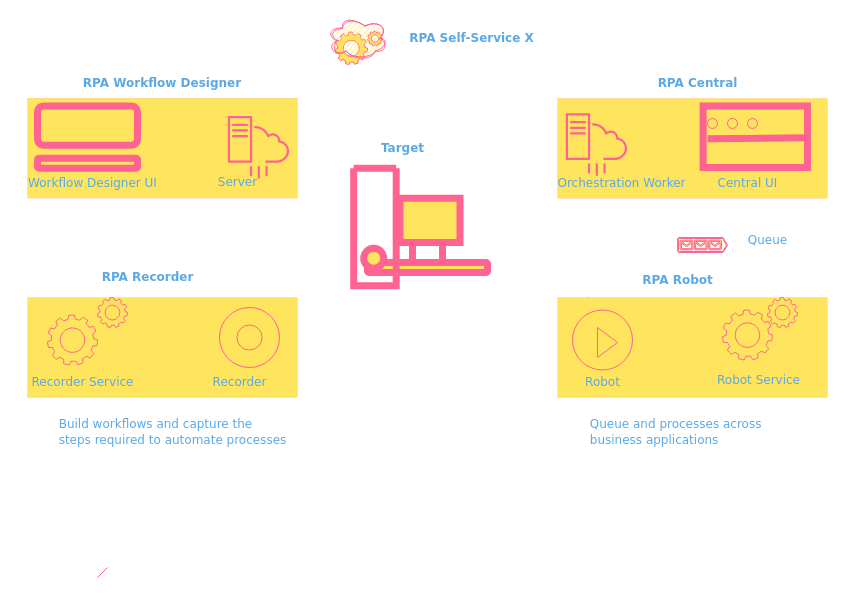
Earlier version of the draw.io diagram src/main/resources/Untitled Diagram.drawio (SwagatPanta/aadi). Source tidied: cells renumbered, new cells numbered last; positions are measured from the earlier drawing's top-left corner, leaving out a move shared by most shapes. Both pictures are drawn from the tidied source at 100%, with x=0, y=0 at pixel (17, 17).
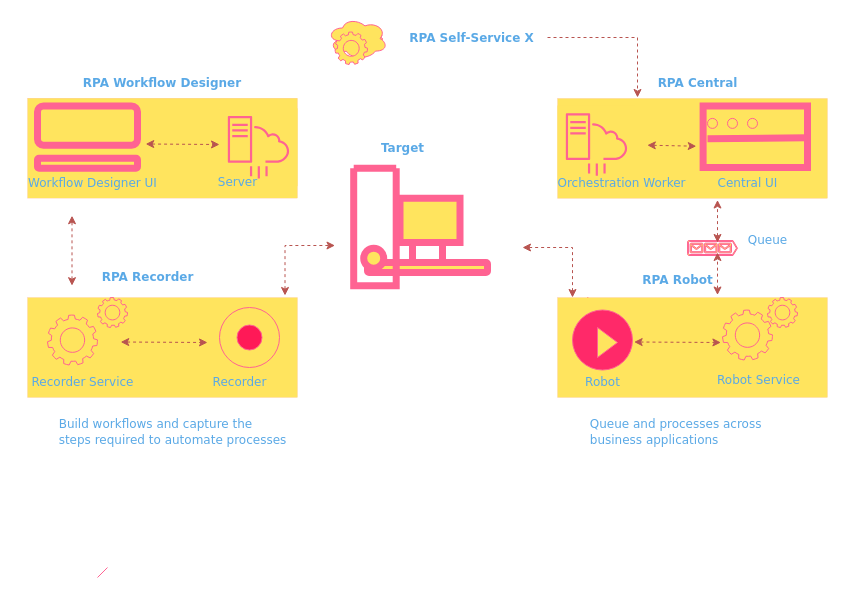
After the change.

Diff of the diagram source:
```diff
@@
-    <mxCell id="11" style="ellipse;whiteSpace=wrap;html=1;strokeColor=#FF6392;fillColor=#FFE45E;labelBackgroundColor=none;fontColor=#5AA9E6;" parent="1" vertex="1">
+    <mxCell id="11" style="ellipse;whiteSpace=wrap;html=1;strokeColor=#FF6392;fillColor=#FF1957;labelBackgroundColor=none;fontColor=#5AA9E6;" parent="1" vertex="1">
       <mxGeometry x="219.5" y="307.5" width="25" height="25" as="geometry" />
     </mxCell>
-    <mxCell id="12" style="sketch=0;html=1;strokeColor=#FF6392;shadow=0;fillColor=#FFE45E;verticalAlign=top;labelPosition=center;verticalLabelPosition=bottom;shape=mxgraph.gcp2.gear;labelBackgroundColor=none;fontColor=#5AA9E6;" parent="1" vertex="1">
+    <mxCell id="12" style="html=1;strokeColor=#FF6392;shadow=0;fillColor=#FFE45E;verticalAlign=top;labelPosition=center;verticalLabelPosition=bottom;shape=mxgraph.gcp2.gear;labelBackgroundColor=none;fontColor=#5AA9E6;" parent="1" vertex="1">
       <mxGeometry x="30" y="297.5" width="50" height="50" as="geometry" />
     </mxCell>
@@
-    <mxCell id="14" style="sketch=0;html=1;strokeColor=#FF6392;shadow=0;fillColor=#FFE45E;verticalAlign=top;labelPosition=center;verticalLabelPosition=bottom;shape=mxgraph.gcp2.gear;labelBackgroundColor=none;fontColor=#5AA9E6;" parent="1" vertex="1">
+    <mxCell id="14" style="html=1;strokeColor=#FF6392;shadow=0;fillColor=#FFE45E;verticalAlign=top;labelPosition=center;verticalLabelPosition=bottom;shape=mxgraph.gcp2.gear;labelBackgroundColor=none;fontColor=#5AA9E6;" parent="1" vertex="1">
       <mxGeometry x="705" y="292.5" width="50" height="50" as="geometry" />
     </mxCell>
-    <mxCell id="15" style="sketch=0;html=1;strokeColor=#FF6392;shadow=0;fillColor=#FFE45E;verticalAlign=top;labelPosition=center;verticalLabelPosition=bottom;shape=mxgraph.gcp2.gear;labelBackgroundColor=none;fontColor=#5AA9E6;" parent="1" vertex="1">
+    <mxCell id="15" style="html=1;strokeColor=#FF6392;shadow=0;fillColor=#FFE45E;verticalAlign=top;labelPosition=center;verticalLabelPosition=bottom;shape=mxgraph.gcp2.gear;labelBackgroundColor=none;fontColor=#5AA9E6;" parent="1" vertex="1">
       <mxGeometry x="750" y="280" width="30" height="30" as="geometry" />
     </mxCell>
-    <mxCell id="16" style="ellipse;whiteSpace=wrap;html=1;strokeColor=#FF6392;fillColor=#FFE45E;labelBackgroundColor=none;fontColor=#5AA9E6;" parent="1" vertex="1">
+    <mxCell id="16" style="ellipse;whiteSpace=wrap;html=1;strokeColor=#FF6392;fillColor=#FF2969;labelBackgroundColor=none;fontColor=#5AA9E6;" parent="1" vertex="1">
       <mxGeometry x="555" y="292.5" width="60" height="60" as="geometry" />
     </mxCell>
@@
     <mxCell id="27" style="verticalLabelPosition=bottom;html=1;verticalAlign=top;align=center;strokeColor=#FF6392;fillColor=#FFE45E;shape=mxgraph.azure.queue_generic;labelBackgroundColor=none;fontColor=#5AA9E6;" parent="1" vertex="1">
-      <mxGeometry x="660" y="220" width="50" height="15" as="geometry" />
+      <mxGeometry x="670" y="223" width="50" height="15" as="geometry" />
     </mxCell>
-    <mxCell id="28" style="sketch=0;fontColor=#5AA9E6;fillColor=#FFE45E;strokeColor=#FF6392;dashed=0;verticalLabelPosition=bottom;verticalAlign=top;align=center;html=1;fontSize=12;fontStyle=0;shape=mxgraph.aws4.resourceIcon;resIcon=mxgraph.aws4.server_migration_service;hachureGap=4;jiggle=2;curveFitting=1;fontFamily=Architects Daughter;labelBackgroundColor=none;" parent="1" vertex="1">
+    <mxCell id="28" style="fontColor=#5AA9E6;fillColor=#FFE45E;strokeColor=#FF6392;dashed=0;verticalLabelPosition=bottom;verticalAlign=top;align=center;html=1;fontSize=12;fontStyle=0;shape=mxgraph.aws4.resourceIcon;resIcon=mxgraph.aws4.server_migration_service;hachureGap=4;fontFamily=Architects Daughter;labelBackgroundColor=none;" parent="1" vertex="1">
       <mxGeometry x="202" y="90.7" width="78" height="78" as="geometry" />
     </mxCell>
-    <mxCell id="29" style="sketch=0;fontColor=#5AA9E6;fillColor=#FFE45E;strokeColor=#FF6392;dashed=0;verticalLabelPosition=bottom;verticalAlign=top;align=center;html=1;fontSize=12;fontStyle=0;shape=mxgraph.aws4.resourceIcon;resIcon=mxgraph.aws4.server_migration_service;hachureGap=4;jiggle=2;curveFitting=1;fontFamily=Architects Daughter;labelBackgroundColor=none;" parent="1" vertex="1">
+    <mxCell id="29" style="fontColor=#5AA9E6;fillColor=#FFE45E;strokeColor=#FF6392;dashed=0;verticalLabelPosition=bottom;verticalAlign=top;align=center;html=1;fontSize=12;fontStyle=0;shape=mxgraph.aws4.resourceIcon;resIcon=mxgraph.aws4.server_migration_service;hachureGap=4;fontFamily=Architects Daughter;labelBackgroundColor=none;" parent="1" vertex="1">
       <mxGeometry x="540" y="88" width="78" height="78" as="geometry" />
     </mxCell>
-    <mxCell id="30" style="sketch=0;html=1;strokeColor=#FF6392;shadow=0;fillColor=#FFE45E;verticalAlign=top;labelPosition=center;verticalLabelPosition=bottom;shape=mxgraph.gcp2.gear;labelBackgroundColor=none;fontColor=#5AA9E6;" parent="1" vertex="1">
+    <mxCell id="30" style="html=1;strokeColor=#FF6392;shadow=0;fillColor=#FFE45E;verticalAlign=top;labelPosition=center;verticalLabelPosition=bottom;shape=mxgraph.gcp2.gear;labelBackgroundColor=none;fontColor=#5AA9E6;" parent="1" vertex="1">
       <mxGeometry x="350" y="13.5" width="15" height="15" as="geometry" />
     </mxCell>
-    <mxCell id="31" style="sketch=0;html=1;strokeColor=#FF6392;shadow=0;fillColor=#FFE45E;verticalAlign=top;labelPosition=center;verticalLabelPosition=bottom;shape=mxgraph.gcp2.gear;labelBackgroundColor=none;fontColor=#5AA9E6;" parent="1" vertex="1">
-      <mxGeometry x="317.5" y="14.5" width="32.5" height="32.5" as="geometry" />
-    </mxCell>
-    <mxCell id="32" style="ellipse;shape=cloud;whiteSpace=wrap;html=1;sketch=1;hachureGap=4;jiggle=2;curveFitting=1;strokeColor=#FF6392;fontFamily=Architects Daughter;fontColor=#5AA9E6;fillColor=#FFE45E;" parent="1" vertex="1">
+    <mxCell id="32" style="ellipse;shape=cloud;whiteSpace=wrap;html=1;hachureGap=4;strokeColor=#FF6392;fontFamily=Architects Daughter;fontColor=#5AA9E6;fillColor=#FFE45E;" parent="1" vertex="1">
       <mxGeometry x="310" width="60" height="42" as="geometry" />
     </mxCell>
@@
-    <mxCell id="40" style="sketch=0;html=1;strokeColor=#FF6392;shadow=0;fillColor=#FFE45E;verticalAlign=top;labelPosition=center;verticalLabelPosition=bottom;shape=mxgraph.gcp2.gear;labelBackgroundColor=none;fontColor=#5AA9E6;" parent="1" vertex="1">
+    <mxCell id="40" style="html=1;strokeColor=#FF6392;shadow=0;fillColor=#FFE45E;verticalAlign=top;labelPosition=center;verticalLabelPosition=bottom;shape=mxgraph.gcp2.gear;labelBackgroundColor=none;fontColor=#5AA9E6;" parent="1" vertex="1">
       <mxGeometry x="80" y="280" width="30" height="30" as="geometry" />
     </mxCell>
@@
+    <mxCell id="31" style="html=1;strokeColor=#FF6392;shadow=0;fillColor=#FFE45E;verticalAlign=top;labelPosition=center;verticalLabelPosition=bottom;shape=mxgraph.gcp2.gear;labelBackgroundColor=none;fontColor=#5AA9E6;" parent="1" vertex="1">
+      <mxGeometry x="317.5" y="14.5" width="32.5" height="32.5" as="geometry" />
+    </mxCell>
+    <mxCell id="51" style="endArrow=classic;startArrow=classic;html=1;rounded=0;dashed=1;fillColor=#f8cecc;strokeColor=#b85450;" parent="1" edge="1">
+      <mxGeometry relative="1" as="geometry">
+        <mxPoint x="54.5" y="268.2" as="sourcePoint" />
+        <mxPoint x="54.5" y="198.2" as="targetPoint" />
+      </mxGeometry>
+    </mxCell>
+    <mxCell id="52" style="endArrow=classic;startArrow=classic;html=1;rounded=0;dashed=1;fillColor=#f8cecc;strokeColor=#b85450;" parent="1" edge="1">
+      <mxGeometry relative="1" as="geometry">
+        <mxPoint x="700" y="277.5" as="sourcePoint" />
+        <mxPoint x="700" y="235" as="targetPoint" />
+      </mxGeometry>
+    </mxCell>
+    <mxCell id="53" style="endArrow=classic;startArrow=classic;html=1;rounded=0;dashed=1;fillColor=#f8cecc;strokeColor=#b85450;" parent="1" edge="1">
+      <mxGeometry relative="1" as="geometry">
+        <mxPoint x="700" y="225" as="sourcePoint" />
+        <mxPoint x="700" y="182.5" as="targetPoint" />
+      </mxGeometry>
+    </mxCell>
+    <mxCell id="54" style="endArrow=classic;startArrow=classic;html=1;rounded=0;dashed=1;fillColor=#f8cecc;strokeColor=#b85450;" parent="1" edge="1">
+      <mxGeometry relative="1" as="geometry">
+        <mxPoint x="103.2" y="324.5" as="sourcePoint" />
+        <mxPoint x="190" y="325" as="targetPoint" />
+      </mxGeometry>
+    </mxCell>
+    <mxCell id="55" style="endArrow=classic;startArrow=classic;html=1;rounded=0;dashed=1;fillColor=#f8cecc;strokeColor=#b85450;" parent="1" edge="1">
+      <mxGeometry relative="1" as="geometry">
+        <mxPoint x="616.6" y="324.5" as="sourcePoint" />
+        <mxPoint x="703.4" y="325" as="targetPoint" />
+      </mxGeometry>
+    </mxCell>
+    <mxCell id="56" style="endArrow=classic;startArrow=classic;html=1;rounded=0;dashed=1;fillColor=#f8cecc;strokeColor=#b85450;" parent="1" edge="1">
+      <mxGeometry relative="1" as="geometry">
+        <mxPoint x="128.2" y="126.5" as="sourcePoint" />
+        <mxPoint x="202" y="127" as="targetPoint" />
+      </mxGeometry>
+    </mxCell>
+    <mxCell id="57" style="endArrow=classic;startArrow=classic;html=1;rounded=0;dashed=1;fillColor=#f8cecc;strokeColor=#b85450;" parent="1" edge="1">
+      <mxGeometry relative="1" as="geometry">
+        <mxPoint x="629.8" y="127.7" as="sourcePoint" />
+        <mxPoint x="678.8" y="128.7" as="targetPoint" />
+      </mxGeometry>
+    </mxCell>
+    <mxCell id="58" style="endArrow=classic;startArrow=classic;html=1;rounded=0;dashed=1;fillColor=#f8cecc;strokeColor=#b85450;" parent="1" edge="1">
+      <mxGeometry relative="1" as="geometry">
+        <mxPoint x="267.5" y="278" as="sourcePoint" />
+        <mxPoint x="317.5" y="228" as="targetPoint" />
+        <Array as="points">
+          <mxPoint x="267.5" y="228" />
+        </Array>
+      </mxGeometry>
+    </mxCell>
+    <mxCell id="59" style="endArrow=classic;startArrow=classic;html=1;rounded=0;dashed=1;fillColor=#f8cecc;strokeColor=#b85450;" parent="1" edge="1">
+      <mxGeometry relative="1" as="geometry">
+        <mxPoint x="555" y="280" as="sourcePoint" />
+        <mxPoint x="505" y="230" as="targetPoint" />
+        <Array as="points">
+          <mxPoint x="555" y="230" />
+        </Array>
+      </mxGeometry>
+    </mxCell>
+    <mxCell id="60" style="endArrow=classic;html=1;rounded=0;dashed=1;fillColor=#f8cecc;strokeColor=#b85450;" parent="1" edge="1">
+      <mxGeometry relative="1" as="geometry">
+        <mxPoint x="530" y="20" as="sourcePoint" />
+        <mxPoint x="620" y="80" as="targetPoint" />
+        <Array as="points">
+          <mxPoint x="620" y="20" />
+        </Array>
+      </mxGeometry>
+    </mxCell>
```
